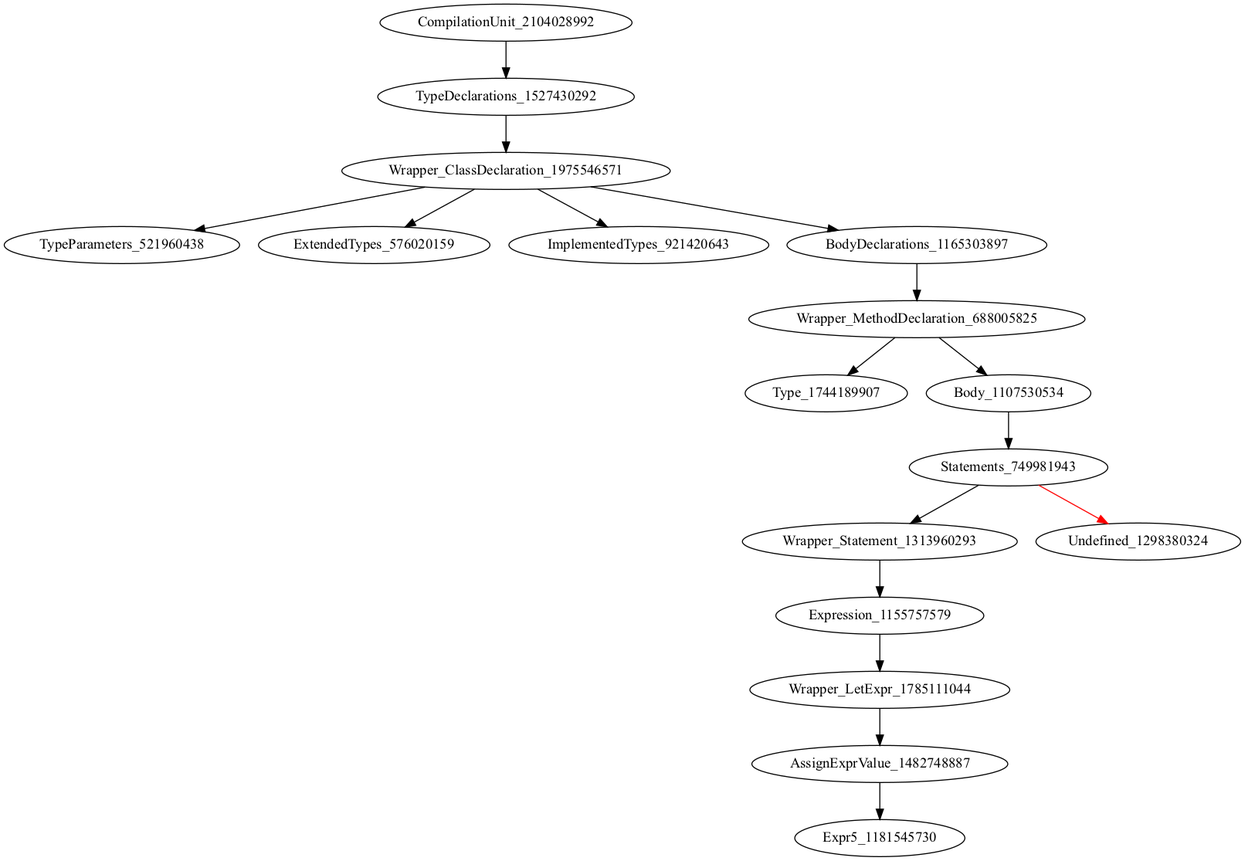
The Graphviz diagram holeAST.png in icse2023material/VoiceJava, before a commit. Its source is kept beside it as holeAST.dot.
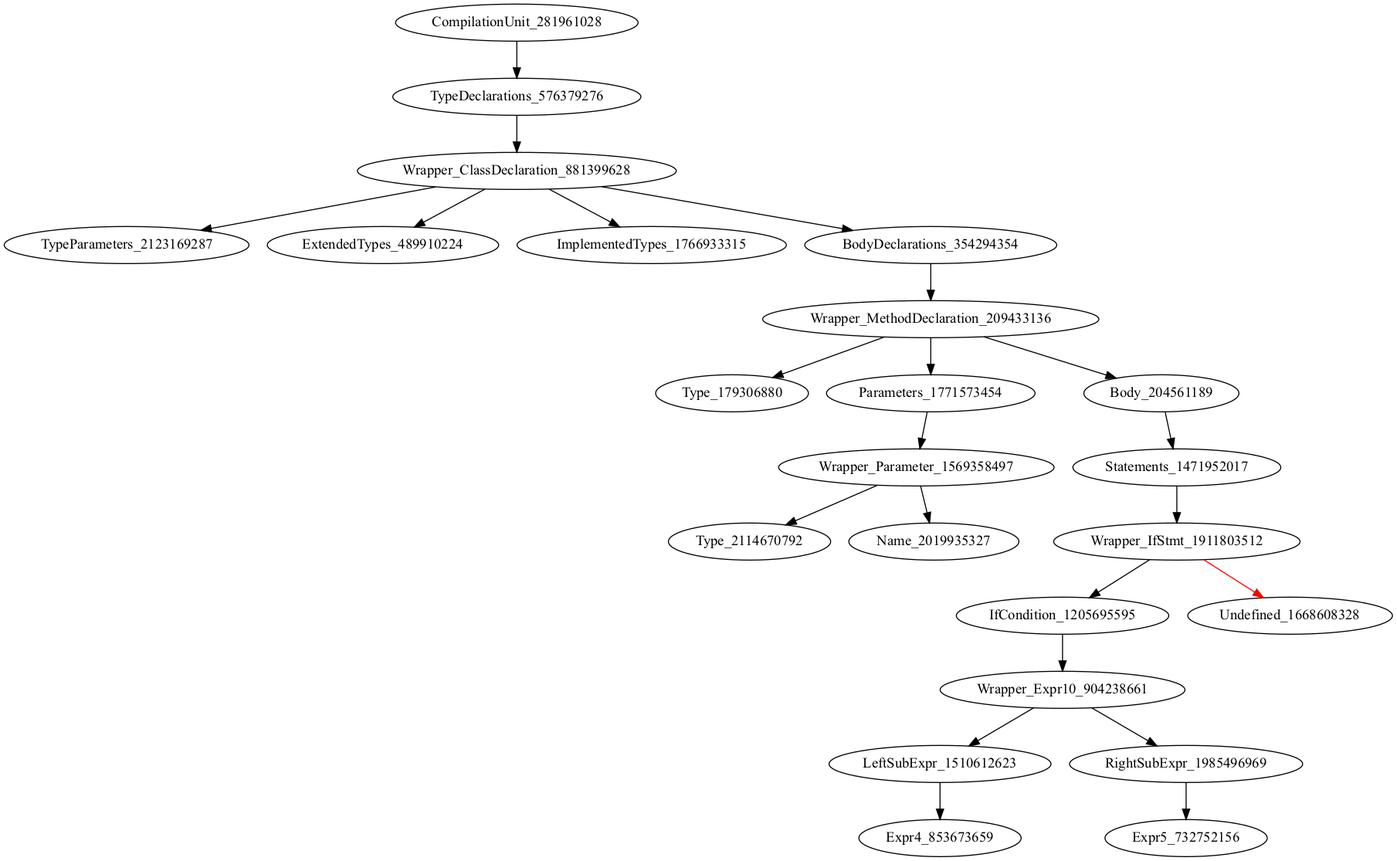
After the commit.

Commit message:
[fix] testcases, move next body support in method

Diff of the diagram source:
```diff
@@ -1,18 +1,24 @@
 digraph {
-CompilationUnit_2104028992 -> TypeDeclarations_1527430292
-TypeDeclarations_1527430292 -> Wrapper_ClassDeclaration_1975546571
-Wrapper_ClassDeclaration_1975546571 -> TypeParameters_521960438
-Wrapper_ClassDeclaration_1975546571 -> ExtendedTypes_576020159
-Wrapper_ClassDeclaration_1975546571 -> ImplementedTypes_921420643
-Wrapper_ClassDeclaration_1975546571 -> BodyDeclarations_1165303897
-BodyDeclarations_1165303897 -> Wrapper_MethodDeclaration_688005825
-Wrapper_MethodDeclaration_688005825 -> Type_1744189907
-Wrapper_MethodDeclaration_688005825 -> Body_1107530534
-Body_1107530534 -> Statements_749981943
-Statements_749981943 -> Wrapper_Statement_1313960293
-Statements_749981943 -> Undefined_1298380324 [color = red]
-Wrapper_Statement_1313960293 -> Expression_1155757579
-Expression_1155757579 -> Wrapper_LetExpr_1785111044
-Wrapper_LetExpr_1785111044 -> AssignExprValue_1482748887
-AssignExprValue_1482748887 -> Expr5_1181545730
+CompilationUnit_281961028 -> TypeDeclarations_576379276
+TypeDeclarations_576379276 -> Wrapper_ClassDeclaration_881399628
+Wrapper_ClassDeclaration_881399628 -> TypeParameters_2123169287
+Wrapper_ClassDeclaration_881399628 -> ExtendedTypes_489910224
+Wrapper_ClassDeclaration_881399628 -> ImplementedTypes_1766933315
+Wrapper_ClassDeclaration_881399628 -> BodyDeclarations_354294354
+BodyDeclarations_354294354 -> Wrapper_MethodDeclaration_209433136
+Wrapper_MethodDeclaration_209433136 -> Type_179306880
+Wrapper_MethodDeclaration_209433136 -> Parameters_1771573454
+Wrapper_MethodDeclaration_209433136 -> Body_204561189
+Parameters_1771573454 -> Wrapper_Parameter_1569358497
+Body_204561189 -> Statements_1471952017
+Wrapper_Parameter_1569358497 -> Type_2114670792
+Wrapper_Parameter_1569358497 -> Name_2019935327
+Statements_1471952017 -> Wrapper_IfStmt_1911803512
+Wrapper_IfStmt_1911803512 -> IfCondition_1205695595
+Wrapper_IfStmt_1911803512 -> Undefined_1668608328 [color = red]
+IfCondition_1205695595 -> Wrapper_Expr10_904238661
+Wrapper_Expr10_904238661 -> LeftSubExpr_1510612623
+Wrapper_Expr10_904238661 -> RightSubExpr_1985496969
+LeftSubExpr_1510612623 -> Expr4_853673659
+RightSubExpr_1985496969 -> Expr5_732752156
 }
```
